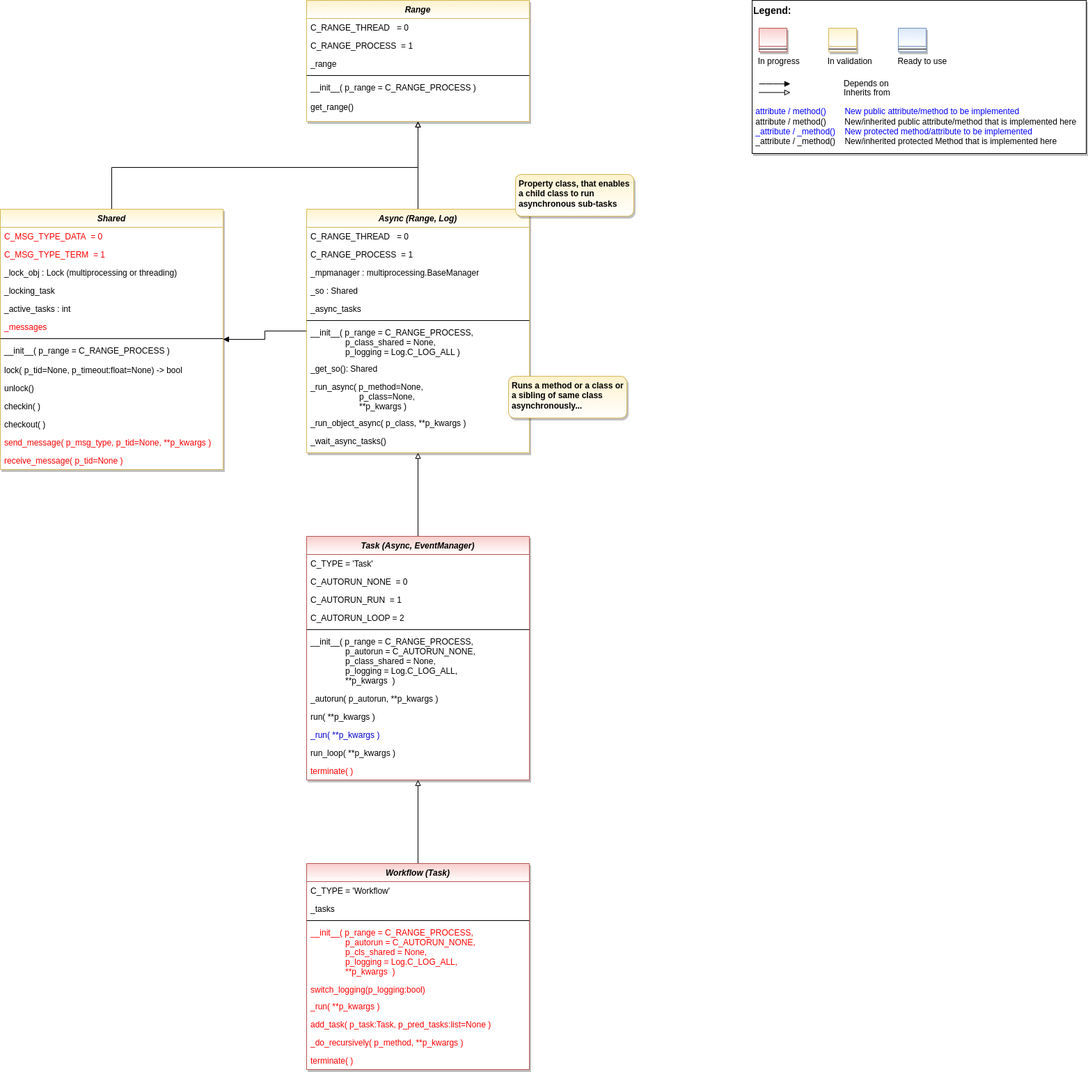
fhswf/MLPro keeps this draw.io diagram as doc/rtd/content/append2/core/images/bf/MLPro-BF-MT_class_diagram.drawio.png. Above is the earlier version. Source tidied: cells renumbered, new cells last; positions are measured from the earlier drawing's top-left corner, leaving out a move shared by most shapes.
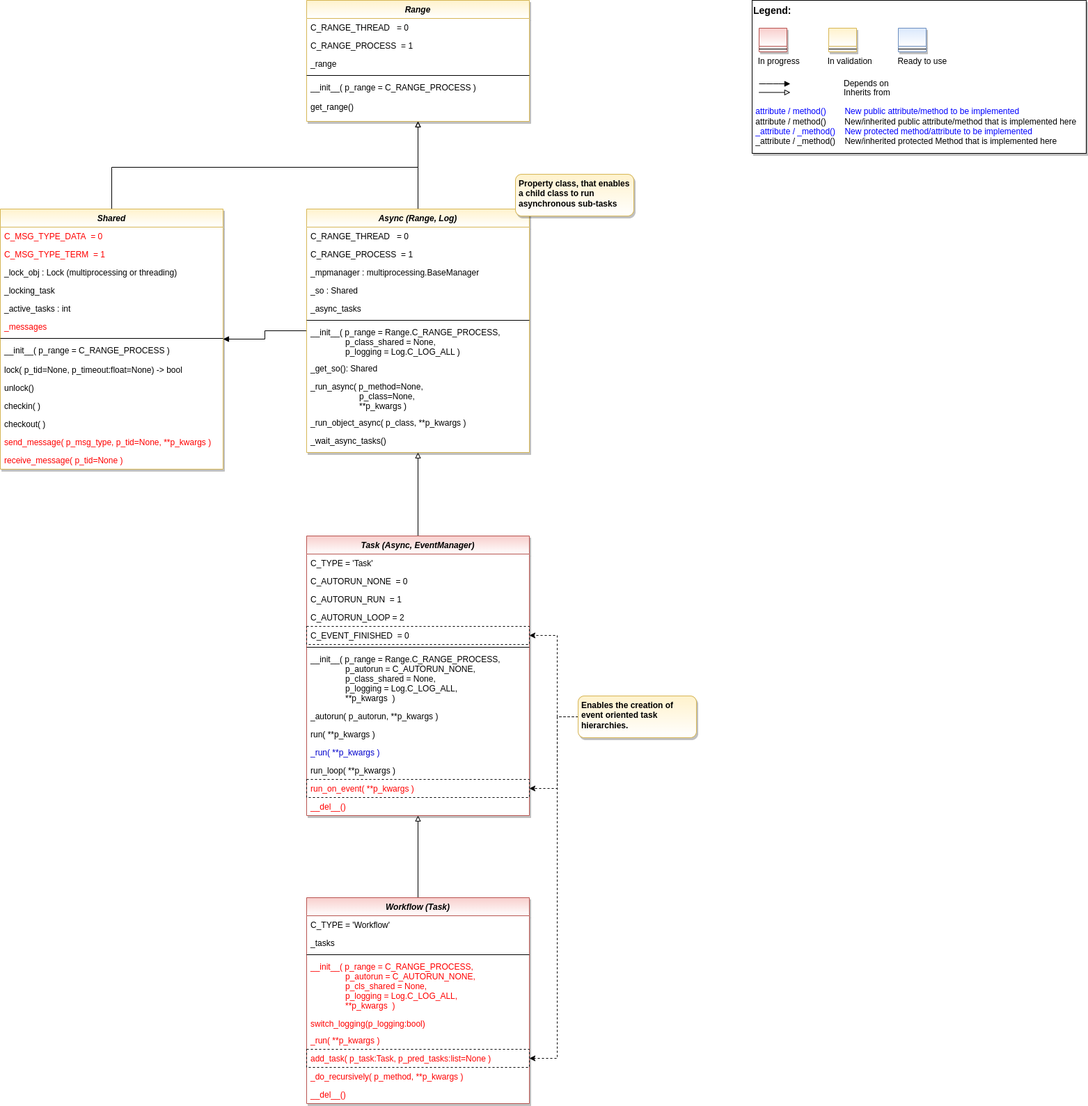
Above is the later version.

What changed in the source:
```diff
@@ -123,7 +123,7 @@
     <mxCell id="36" style="line;html=1;strokeWidth=1;align=left;verticalAlign=middle;spacingTop=-1;spacingLeft=3;spacingRight=3;labelPosition=right;" parent="30" vertex="1">
       <mxGeometry y="156" width="320" height="8" as="geometry" />
     </mxCell>
-    <mxCell id="37" value="__init__( p_range = C_RANGE_PROCESS,&#10;               p_class_shared = None,&#10;               p_logging = Log.C_LOG_ALL )" style="text;align=left;verticalAlign=top;spacingLeft=4;spacingRight=4;overflow=hidden;fontColor=default;" parent="30" vertex="1">
+    <mxCell id="37" value="__init__( p_range = Range.C_RANGE_PROCESS,&#10;               p_class_shared = None,&#10;               p_logging = Log.C_LOG_ALL )" style="text;align=left;verticalAlign=top;spacingLeft=4;spacingRight=4;overflow=hidden;fontColor=default;" parent="30" vertex="1">
       <mxGeometry y="164" width="320" height="52" as="geometry" />
     </mxCell>
     <mxCell id="38" value="_get_so(): Shared" style="text;align=left;verticalAlign=top;spacingLeft=4;spacingRight=4;overflow=hidden;fontColor=default;" parent="30" vertex="1">
@@ -145,7 +145,7 @@
       <mxGeometry relative="1" as="geometry" />
     </mxCell>
     <mxCell id="44" value="Task (Async, EventManager)" style="swimlane;fontStyle=3;align=center;verticalAlign=top;horizontal=1;startSize=26;rounded=0;shadow=1;strokeWidth=1;fillColor=#f8cecc;strokeColor=#b85450;glass=0;swimlaneFillColor=#ffffff;gradientColor=#ffffff;" parent="1" vertex="1">
-      <mxGeometry x="440" y="770" width="320" height="350" as="geometry" />
+      <mxGeometry x="440" y="770" width="320" height="402" as="geometry" />
     </mxCell>
     <mxCell id="45" value="C_TYPE = 'Task'" style="text;align=left;verticalAlign=top;spacingLeft=4;spacingRight=4;overflow=hidden;" parent="44" vertex="1">
       <mxGeometry y="26" width="320" height="26" as="geometry" />
@@ -159,32 +159,38 @@
     <mxCell id="48" value="C_AUTORUN_LOOP = 2" style="text;align=left;verticalAlign=top;spacingLeft=4;spacingRight=4;overflow=hidden;" parent="44" vertex="1">
       <mxGeometry y="104" width="320" height="26" as="geometry" />
     </mxCell>
+    <mxCell id="75" value="C_EVENT_FINISHED  = 0" style="text;align=left;verticalAlign=top;spacingLeft=4;spacingRight=4;overflow=hidden;points=[[0,0.5],[1,0.5]];portConstraint=eastwest;strokeColor=default;dashed=1;" parent="44" vertex="1">
+      <mxGeometry y="130" width="320" height="26" as="geometry" />
+    </mxCell>
     <mxCell id="49" style="line;html=1;strokeWidth=1;align=left;verticalAlign=middle;spacingTop=-1;spacingLeft=3;spacingRight=3;labelPosition=right;" parent="44" vertex="1">
-      <mxGeometry y="130" width="320" height="8" as="geometry" />
+      <mxGeometry y="156" width="320" height="8" as="geometry" />
     </mxCell>
-    <mxCell id="50" value="__init__( p_range = C_RANGE_PROCESS,&#10;               p_autorun = C_AUTORUN_NONE,&#10;               p_class_shared = None,&#10;               p_logging = Log.C_LOG_ALL,&#10;               **p_kwargs  )" style="text;align=left;verticalAlign=top;spacingLeft=4;spacingRight=4;overflow=hidden;fontColor=default;" parent="44" vertex="1">
-      <mxGeometry y="138" width="320" height="82" as="geometry" />
+    <mxCell id="50" value="__init__( p_range = Range.C_RANGE_PROCESS,&#10;               p_autorun = C_AUTORUN_NONE,&#10;               p_class_shared = None,&#10;               p_logging = Log.C_LOG_ALL,&#10;               **p_kwargs  )" style="text;align=left;verticalAlign=top;spacingLeft=4;spacingRight=4;overflow=hidden;fontColor=default;" parent="44" vertex="1">
+      <mxGeometry y="164" width="320" height="82" as="geometry" />
     </mxCell>
     <mxCell id="51" value="_autorun( p_autorun, **p_kwargs )" style="text;align=left;verticalAlign=top;spacingLeft=4;spacingRight=4;overflow=hidden;fontColor=default;" parent="44" vertex="1">
-      <mxGeometry y="220" width="320" height="26" as="geometry" />
+      <mxGeometry y="246" width="320" height="26" as="geometry" />
     </mxCell>
     <mxCell id="52" value="run( **p_kwargs )" style="text;align=left;verticalAlign=top;spacingLeft=4;spacingRight=4;overflow=hidden;" parent="44" vertex="1">
-      <mxGeometry y="246" width="320" height="26" as="geometry" />
+      <mxGeometry y="272" width="320" height="26" as="geometry" />
     </mxCell>
     <mxCell id="53" value="_run( **p_kwargs )" style="text;align=left;verticalAlign=top;spacingLeft=4;spacingRight=4;overflow=hidden;fontColor=#0000CC;" parent="44" vertex="1">
-      <mxGeometry y="272" width="320" height="26" as="geometry" />
+      <mxGeometry y="298" width="320" height="26" as="geometry" />
     </mxCell>
     <mxCell id="54" value="run_loop( **p_kwargs )" style="text;align=left;verticalAlign=top;spacingLeft=4;spacingRight=4;overflow=hidden;" parent="44" vertex="1">
-      <mxGeometry y="298" width="320" height="26" as="geometry" />
+      <mxGeometry y="324" width="320" height="26" as="geometry" />
     </mxCell>
+    <mxCell id="76" value="run_on_event( **p_kwargs )" style="text;align=left;verticalAlign=top;spacingLeft=4;spacingRight=4;overflow=hidden;points=[[0,0.5],[1,0.5]];portConstraint=eastwest;fontColor=#FF0000;labelBorderColor=none;strokeColor=default;dashed=1;" parent="44" vertex="1">
+      <mxGeometry y="350" width="320" height="26" as="geometry" />
+    </mxCell>
-    <mxCell id="55" value="terminate( )" style="text;align=left;verticalAlign=top;spacingLeft=4;spacingRight=4;overflow=hidden;fontColor=#FF0000;" parent="44" vertex="1">
-      <mxGeometry y="324" width="320" height="26" as="geometry" />
+    <mxCell id="55" value="__del__()" style="text;align=left;verticalAlign=top;spacingLeft=4;spacingRight=4;overflow=hidden;fontColor=#FF0000;" parent="44" vertex="1">
+      <mxGeometry y="376" width="320" height="26" as="geometry" />
     </mxCell>
     <mxCell id="56" style="edgeStyle=orthogonalEdgeStyle;rounded=0;jettySize=auto;html=1;fontColor=#0000CC;endArrow=block;endFill=0;" parent="1" edge="1" source="57" target="44">
       <mxGeometry relative="1" as="geometry" />
     </mxCell>
     <mxCell id="57" value="Workflow (Task)" style="swimlane;fontStyle=3;align=center;verticalAlign=top;horizontal=1;startSize=26;rounded=0;shadow=1;strokeWidth=1;fillColor=#f8cecc;strokeColor=#b85450;glass=0;swimlaneFillColor=#ffffff;gradientColor=#ffffff;" parent="1" vertex="1">
-      <mxGeometry x="440" y="1240" width="320" height="296" as="geometry" />
+      <mxGeometry x="440" y="1290" width="320" height="296" as="geometry" />
     </mxCell>
     <mxCell id="58" value="C_TYPE = 'Workflow'" style="text;align=left;verticalAlign=top;spacingLeft=4;spacingRight=4;overflow=hidden;" parent="57" vertex="1">
       <mxGeometry y="26" width="320" height="26" as="geometry" />
@@ -204,17 +210,41 @@
     <mxCell id="63" value="_run( **p_kwargs )" style="text;align=left;verticalAlign=top;spacingLeft=4;spacingRight=4;overflow=hidden;fontColor=#FF0000;" parent="57" vertex="1">
       <mxGeometry y="192" width="320" height="26" as="geometry" />
     </mxCell>
-    <mxCell id="64" value="add_task( p_task:Task, p_pred_tasks:list=None )" style="text;align=left;verticalAlign=top;spacingLeft=4;spacingRight=4;overflow=hidden;points=[[0,0.5],[1,0.5]];portConstraint=eastwest;fontColor=#FF0000;" parent="57" vertex="1">
+    <mxCell id="64" value="add_task( p_task:Task, p_pred_tasks:list=None )" style="text;align=left;verticalAlign=top;spacingLeft=4;spacingRight=4;overflow=hidden;points=[[0,0.5],[1,0.5]];portConstraint=eastwest;fontColor=#FF0000;strokeColor=default;dashed=1;" parent="57" vertex="1">
       <mxGeometry y="218" width="320" height="26" as="geometry" />
     </mxCell>
     <mxCell id="65" value="_do_recursively( p_method, **p_kwargs )" style="text;align=left;verticalAlign=top;spacingLeft=4;spacingRight=4;overflow=hidden;fontColor=#FF0000;" parent="57" vertex="1">
       <mxGeometry y="244" width="320" height="26" as="geometry" />
     </mxCell>
-    <mxCell id="66" value="terminate( )" style="text;align=left;verticalAlign=top;spacingLeft=4;spacingRight=4;overflow=hidden;fontColor=#FF0000;" parent="57" vertex="1">
+    <mxCell id="66" value="__del__()" style="text;align=left;verticalAlign=top;spacingLeft=4;spacingRight=4;overflow=hidden;fontColor=#FF0000;" parent="57" vertex="1">
       <mxGeometry y="270" width="320" height="26" as="geometry" />
     </mxCell>
+    <mxCell id="77" style="edgeStyle=orthogonalEdgeStyle;rounded=0;jettySize=auto;html=1;fontColor=#FF0000;exitX=0;exitY=0.5;exitDx=0;exitDy=0;dashed=1;" parent="1" edge="1" source="67" target="76">
+      <mxGeometry relative="1" as="geometry">
+        <Array as="points">
+          <mxPoint x="800" y="1030" />
+          <mxPoint x="800" y="1133" />
+        </Array>
+      </mxGeometry>
+    </mxCell>
+    <mxCell id="78" style="edgeStyle=orthogonalEdgeStyle;rounded=0;jettySize=auto;html=1;fontColor=#FF0000;exitX=0;exitY=0.5;exitDx=0;exitDy=0;dashed=1;" parent="1" edge="1" source="67" target="75">
+      <mxGeometry relative="1" as="geometry">
+        <Array as="points">
+          <mxPoint x="800" y="1030" />
+          <mxPoint x="800" y="913" />
+        </Array>
+      </mxGeometry>
+    </mxCell>
+    <mxCell id="79" style="edgeStyle=orthogonalEdgeStyle;rounded=0;jettySize=auto;html=1;dashed=1;fontColor=#FF0000;" parent="1" edge="1" source="67" target="64">
+      <mxGeometry relative="1" as="geometry">
+        <Array as="points">
+          <mxPoint x="800" y="1030" />
+          <mxPoint x="800" y="1521" />
+        </Array>
+      </mxGeometry>
+    </mxCell>
-    <mxCell id="67" value="Runs a method or a class or a sibling of same class asynchronously..." style="rounded=1;whiteSpace=wrap;html=1;fillColor=#fff2cc;strokeColor=#d6b656;shadow=1;gradientColor=#ffffff;fontStyle=1;align=left;verticalAlign=top;spacingRight=3;spacingLeft=3;" parent="1" vertex="1">
-      <mxGeometry x="730" y="540" width="170" height="60" as="geometry" />
+    <mxCell id="67" value="Enables the creation of event oriented task hierarchies." style="rounded=1;whiteSpace=wrap;html=1;fillColor=#fff2cc;strokeColor=#d6b656;shadow=1;gradientColor=#ffffff;fontStyle=1;align=left;verticalAlign=top;spacingRight=3;spacingLeft=3;" parent="1" vertex="1">
+      <mxGeometry x="830" y="1000" width="170" height="60" as="geometry" />
     </mxCell>
     <mxCell id="68" value="Range" style="swimlane;fontStyle=3;align=center;verticalAlign=top;horizontal=1;startSize=26;rounded=0;shadow=1;strokeWidth=1;fillColor=#fff2cc;strokeColor=#d6b656;glass=0;swimlaneFillColor=#ffffff;gradientColor=#FFFFFF;" parent="1" vertex="1">
       <mxGeometry x="440" width="320" height="174" as="geometry" />
```
